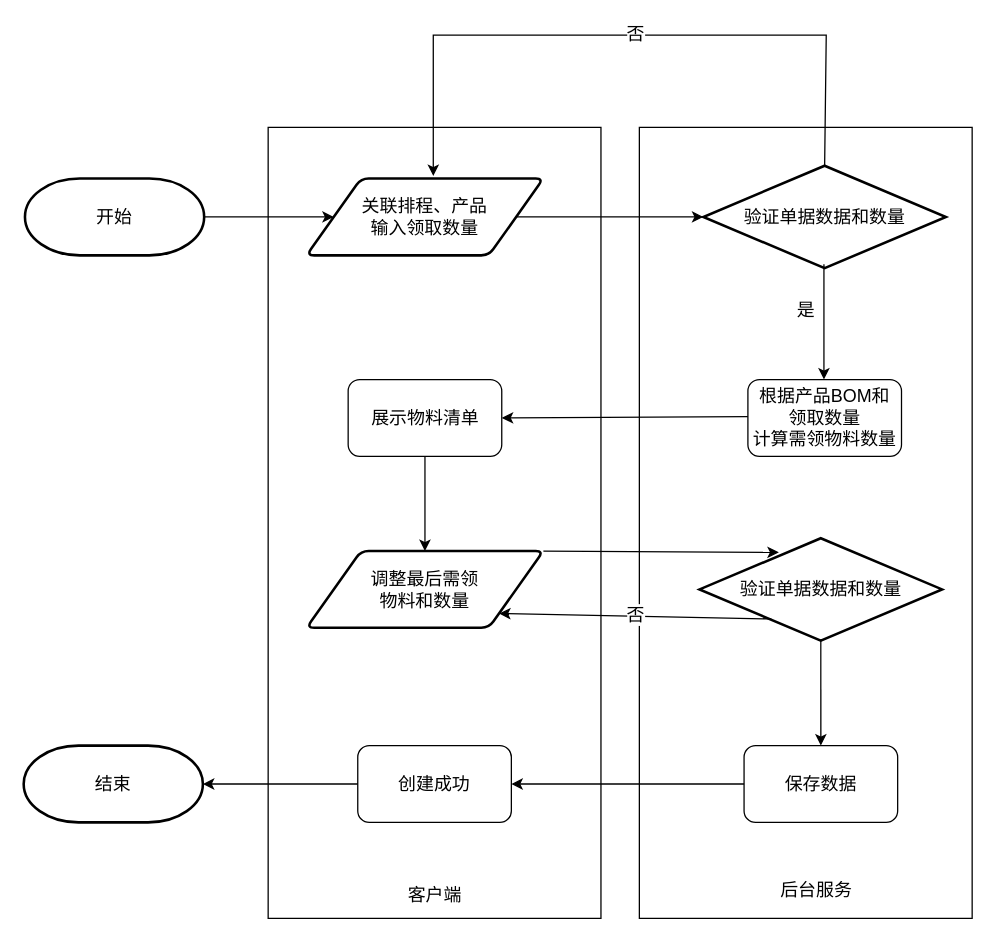
This is 领料单流程.drawio from KNAI-I/test, a draw.io file, before an edit. Source tidied: cells renumbered, new cells numbered last; positions are measured from the earlier drawing's top-left corner, leaving out a move shared by most shapes. Both pictures are drawn from the tidied source at 128%, with x=0, y=0 at pixel (23, 35).
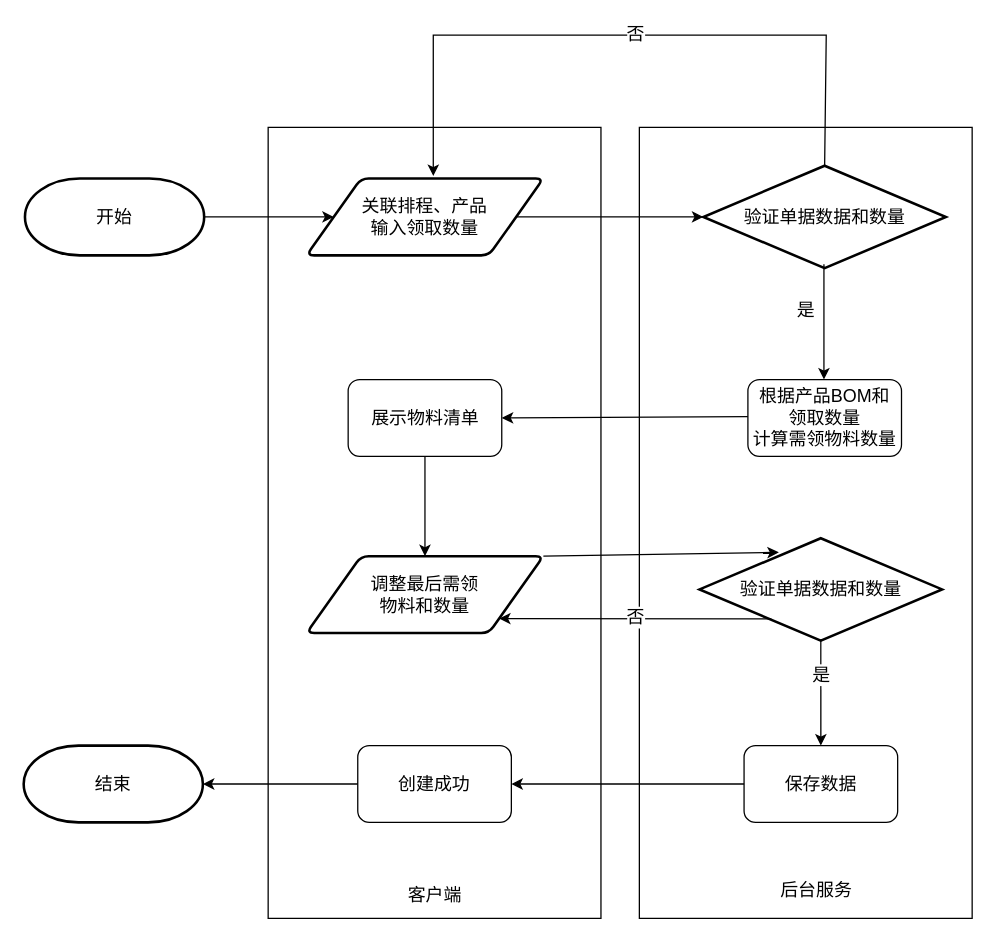
The same page after the edit.

Commit message:
更新领料单流程.drawio

Unchanged cells that the change refers to:
```xml
<mxCell id="25" style="endArrow=classic;html=1;rounded=0;fontSize=14;entryX=0.5;entryY=0;entryDx=0;entryDy=0;exitX=0.5;exitY=1;exitDx=0;exitDy=0;exitPerimeter=0;" parent="1" edge="1" source="21" target="24">
  <mxGeometry relative="1" as="geometry" />
</mxCell>
```

The edit, as a diff of the source:
```diff
@@
     <mxCell id="19" value="调整最后需领&lt;br&gt;物料和数量" style="shape=parallelogram;html=1;strokeWidth=2;perimeter=parallelogramPerimeter;whiteSpace=wrap;rounded=1;arcSize=12;size=0.23;fontSize=14;" parent="1" vertex="1">
-      <mxGeometry x="221" y="403" width="185" height="60" as="geometry" />
+      <mxGeometry x="221" y="407" width="185" height="60" as="geometry" />
     </mxCell>
@@
+    <mxCell id="30" value="是" style="edgeLabel;html=1;align=center;verticalAlign=middle;fontSize=14;" parent="25" vertex="1">
+      <mxGeometry x="-0.34" relative="1" as="geometry" />
+    </mxCell>
```
